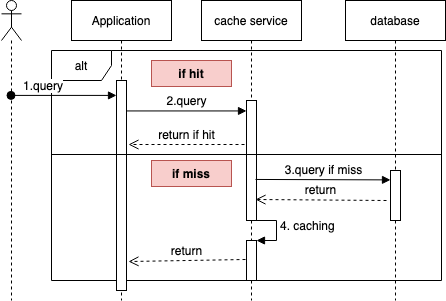
GallantKong/diagram keeps this draw.io diagram as Write-Through.png. Above is the earlier version. Source tidied: cells renumbered, new cells last; positions are measured from the earlier drawing's top-left corner, leaving out a move shared by most shapes.
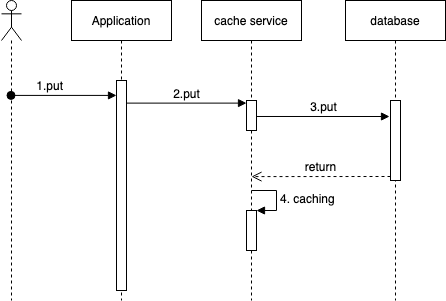
After the change.

What changed in the source:
```diff
@@ -2,9 +2,6 @@
   <root>
     <mxCell id="0" />
     <mxCell id="1" parent="0" />
-    <mxCell id="2" value="alt" style="shape=umlFrame;whiteSpace=wrap;html=1;" parent="1" vertex="1">
-      <mxGeometry x="50" y="50" width="390" height="230" as="geometry" />
-    </mxCell>
     <mxCell id="3" style="shape=umlLifeline;participant=umlActor;perimeter=lifelinePerimeter;whiteSpace=wrap;html=1;verticalAlign=top;spacingTop=36;outlineConnect=0;" parent="1" vertex="1">
       <mxGeometry width="20" height="300" as="geometry" />
     </mxCell>
@@ -18,56 +15,36 @@
       <mxGeometry x="200" width="100" height="300" as="geometry" />
     </mxCell>
     <mxCell id="7" style="html=1;points=[];perimeter=orthogonalPerimeter;" parent="6" vertex="1">
-      <mxGeometry x="45" y="100" width="10" height="120" as="geometry" />
+      <mxGeometry x="45" y="100" width="10" height="30" as="geometry" />
     </mxCell>
-    <mxCell id="8" style="html=1;points=[];perimeter=orthogonalPerimeter;" parent="6" vertex="1">
-      <mxGeometry x="45" y="240" width="10" height="40" as="geometry" />
-    </mxCell>
+    <mxCell id="21" style="html=1;points=[];perimeter=orthogonalPerimeter;" parent="6" vertex="1">
+      <mxGeometry x="45" y="210" width="10" height="40" as="geometry" />
+    </mxCell>
-    <mxCell id="9" value="4. caching" style="edgeStyle=orthogonalEdgeStyle;html=1;align=left;spacingLeft=2;endArrow=block;rounded=0;entryX=1;entryY=0;" parent="6" edge="1" target="8">
+    <mxCell id="9" value="4. caching" style="edgeStyle=orthogonalEdgeStyle;html=1;align=left;spacingLeft=2;endArrow=block;rounded=0;entryX=1;entryY=0;" parent="6" edge="1" target="21">
       <mxGeometry relative="1" as="geometry">
-        <mxPoint x="45" y="220" as="sourcePoint" />
+        <mxPoint x="50" y="190" as="sourcePoint" />
         <Array as="points">
-          <mxPoint x="75" y="220" />
+          <mxPoint x="75" y="190" />
         </Array>
       </mxGeometry>
     </mxCell>
     <mxCell id="10" value="database" style="shape=umlLifeline;perimeter=lifelinePerimeter;whiteSpace=wrap;html=1;" parent="1" vertex="1">
       <mxGeometry x="344" width="100" height="300" as="geometry" />
     </mxCell>
-    <mxCell id="11" style="html=1;points=[];perimeter=orthogonalPerimeter;" parent="10" vertex="1">
-      <mxGeometry x="45" y="170" width="10" height="50" as="geometry" />
-    </mxCell>
+    <mxCell id="22" style="html=1;points=[];perimeter=orthogonalPerimeter;" parent="10" vertex="1">
+      <mxGeometry x="45" y="100" width="10" height="80" as="geometry" />
+    </mxCell>
-    <mxCell id="12" value="1.query" style="html=1;verticalAlign=bottom;startArrow=oval;endArrow=block;startSize=8;entryX=0;entryY=0.071;entryDx=0;entryDy=0;entryPerimeter=0;align=right;" parent="1" edge="1" source="3" target="5">
+    <mxCell id="12" value="1.put" style="html=1;verticalAlign=bottom;startArrow=oval;endArrow=block;startSize=8;entryX=0;entryY=0.071;entryDx=0;entryDy=0;entryPerimeter=0;align=right;" parent="1" edge="1" source="3" target="5">
       <mxGeometry relative="1" as="geometry" />
     </mxCell>
-    <mxCell id="13" value="2.query" style="html=1;verticalAlign=bottom;endArrow=block;entryX=0;entryY=0.087;entryDx=0;entryDy=0;entryPerimeter=0;" parent="1" edge="1" source="5" target="7">
+    <mxCell id="13" value="2.put" style="html=1;verticalAlign=bottom;endArrow=block;entryX=0;entryY=0.087;entryDx=0;entryDy=0;entryPerimeter=0;" parent="1" edge="1" source="5" target="7">
       <mxGeometry relative="1" as="geometry" />
     </mxCell>
-    <mxCell id="14" value="return if hit" style="html=1;verticalAlign=bottom;endArrow=open;dashed=1;endSize=8;" parent="1" edge="1">
-      <mxGeometry relative="1" as="geometry">
-        <mxPoint x="243" y="144" as="sourcePoint" />
-        <mxPoint x="127" y="144" as="targetPoint" />
-      </mxGeometry>
-    </mxCell>
-    <mxCell id="15" value="3.query if miss" style="html=1;verticalAlign=bottom;endArrow=block;entryX=0;entryY=0.188;entryDx=0;entryDy=0;entryPerimeter=0;exitX=0.9;exitY=0.658;exitDx=0;exitDy=0;exitPerimeter=0;" parent="1" edge="1" source="7" target="11">
-      <mxGeometry relative="1" as="geometry" />
-    </mxCell>
-    <mxCell id="16" value="return" style="html=1;verticalAlign=bottom;endArrow=open;dashed=1;endSize=8;entryX=0.9;entryY=0.825;entryDx=0;entryDy=0;entryPerimeter=0;" parent="1" edge="1" target="7">
-      <mxGeometry relative="1" as="geometry">
-        <mxPoint x="385" y="200" as="sourcePoint" />
-      </mxGeometry>
-    </mxCell>
-    <mxCell id="17" value="return" style="html=1;verticalAlign=bottom;endArrow=open;dashed=1;endSize=8;exitX=-0.1;exitY=0.475;exitDx=0;exitDy=0;exitPerimeter=0;entryX=1.2;entryY=0.862;entryDx=0;entryDy=0;entryPerimeter=0;" parent="1" edge="1" source="8" target="5">
-      <mxGeometry relative="1" as="geometry" />
-    </mxCell>
-    <mxCell id="18" style="line;strokeWidth=1;fillColor=none;align=left;verticalAlign=middle;spacingTop=-1;spacingLeft=3;spacingRight=3;labelPosition=right;" parent="1" vertex="1">
-      <mxGeometry x="50" y="150" width="390" height="8" as="geometry" />
-    </mxCell>
-    <mxCell id="19" value="if hit" style="text;align=center;fontStyle=1;verticalAlign=middle;spacingLeft=3;spacingRight=3;strokeColor=#b85450;fillColor=#f8cecc;" parent="1" vertex="1">
-      <mxGeometry x="150" y="60" width="80" height="26" as="geometry" />
-    </mxCell>
-    <mxCell id="20" value="if miss" style="text;align=center;fontStyle=1;verticalAlign=middle;spacingLeft=3;spacingRight=3;strokeColor=#b85450;fillColor=#f8cecc;" parent="1" vertex="1">
-      <mxGeometry x="150" y="160" width="80" height="26" as="geometry" />
-    </mxCell>
+    <mxCell id="23" value="3.put" style="html=1;verticalAlign=bottom;endArrow=block;entryX=-0.1;entryY=0.2;exitX=1;exitY=0.533;exitDx=0;exitDy=0;exitPerimeter=0;entryDx=0;entryDy=0;entryPerimeter=0;" parent="1" edge="1" source="7" target="22">
+      <mxGeometry relative="1" as="geometry" />
+    </mxCell>
+    <mxCell id="24" value="return" style="html=1;verticalAlign=bottom;endArrow=open;dashed=1;endSize=8;exitX=0;exitY=0.95;entryX=0.5;entryY=0.587;entryDx=0;entryDy=0;entryPerimeter=0;" parent="1" edge="1" source="22" target="6">
+      <mxGeometry relative="1" as="geometry" />
+    </mxCell>
   </root>
 </mxGraphModel>
```
